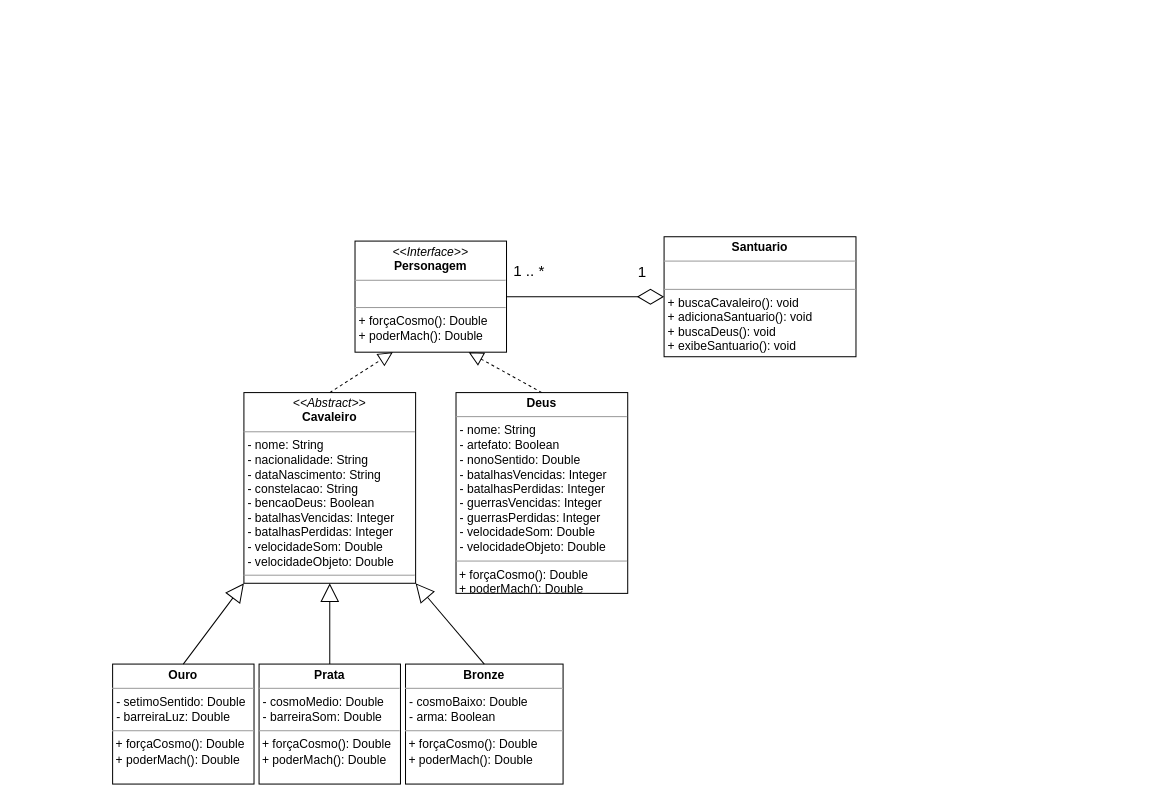
This is Diagrama/Diagrama AC1.drawio from carrera-gabriel/projeto-api-ac1, a draw.io file, before an edit. Source tidied: cells renumbered, new cells numbered last; positions are measured from the earlier drawing's top-left corner, leaving out a move shared by most shapes. Both pictures are drawn from the tidied source at 101%, with x=0, y=0 at pixel (112, 236).
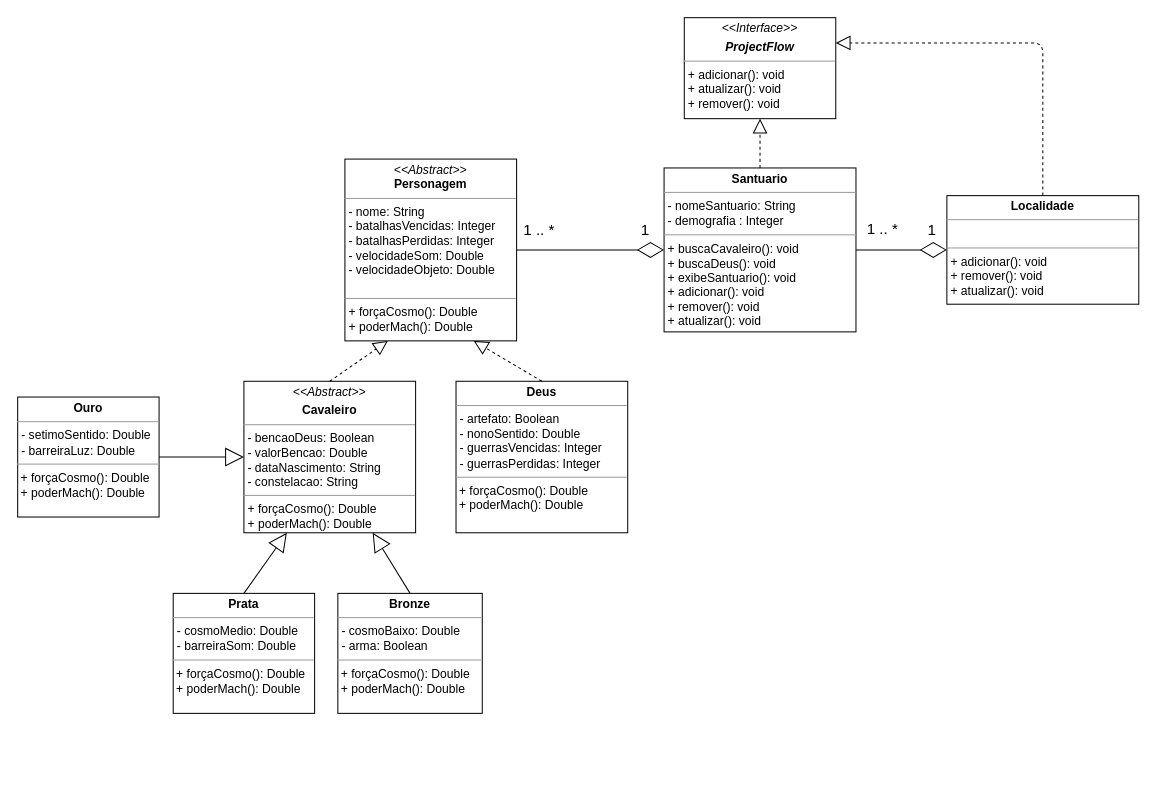
After the change.

The change refers to these unchanged cells:
```xml
<mxCell id="14" style="endArrow=diamondThin;endFill=0;endSize=24;html=1;entryX=0;entryY=0.5;entryDx=0;entryDy=0;exitX=1;exitY=0.5;exitDx=0;exitDy=0;" parent="1" edge="1" source="2" target="13">
  <mxGeometry relative="1" as="geometry" />
</mxCell>
```

The edit, as a diff of the source:
```diff
@@
-    <mxCell id="2" value="&lt;p style=&quot;margin: 0px ; margin-top: 4px ; text-align: center&quot;&gt;&lt;i&gt;&amp;lt;&amp;lt;Interface&amp;gt;&amp;gt;&lt;/i&gt;&lt;br&gt;&lt;b&gt;Personagem&lt;/b&gt;&lt;/p&gt;&lt;hr size=&quot;1&quot;&gt;&lt;p style=&quot;margin: 0px ; margin-left: 4px&quot;&gt;&lt;br&gt;&lt;/p&gt;&lt;hr size=&quot;1&quot;&gt;&lt;p style=&quot;margin: 0px ; margin-left: 4px&quot;&gt;+ forçaCosmo(): Double&lt;br&gt;+ poderMach(): Double&lt;/p&gt;" style="verticalAlign=top;align=left;overflow=fill;fontSize=12;fontFamily=Helvetica;html=1;" parent="1" vertex="1">
-      <mxGeometry x="240" y="4.2" width="150" height="110" as="geometry" />
+    <mxCell id="2" value="&lt;p style=&quot;margin: 0px ; margin-top: 4px ; text-align: center&quot;&gt;&lt;i&gt;&amp;lt;&amp;lt;Abstract&amp;gt;&amp;gt;&lt;/i&gt;&lt;br&gt;&lt;b&gt;Personagem&lt;/b&gt;&lt;/p&gt;&lt;hr size=&quot;1&quot;&gt;&lt;p style=&quot;margin: 0px ; margin-left: 4px&quot;&gt;- nome: String&lt;br&gt;&lt;/p&gt;&lt;p style=&quot;margin: 0px ; margin-left: 4px&quot;&gt;- batalhasVencidas: Integer&lt;br&gt;- batalhasPerdidas: Integer&lt;br&gt;&lt;/p&gt;&lt;p style=&quot;margin: 0px 0px 0px 4px&quot;&gt;- velocidadeSom: Double&lt;/p&gt;&lt;p style=&quot;margin: 0px 0px 0px 4px&quot;&gt;- velocidadeObjeto: Double&lt;/p&gt;&lt;br&gt;&lt;hr size=&quot;1&quot;&gt;&lt;p style=&quot;margin: 0px ; margin-left: 4px&quot;&gt;+ forçaCosmo(): Double&lt;br&gt;+ poderMach(): Double&lt;/p&gt;" style="verticalAlign=top;align=left;overflow=fill;fontSize=12;fontFamily=Helvetica;html=1;" parent="1" vertex="1">
+      <mxGeometry x="230" y="-77" width="170" height="180" as="geometry" />
     </mxCell>
-    <mxCell id="3" value="&lt;p style=&quot;margin: 0px ; margin-top: 4px ; text-align: center&quot;&gt;&lt;i&gt;&amp;lt;&amp;lt;Abstract&amp;gt;&amp;gt;&lt;/i&gt;&lt;br&gt;&lt;b&gt;Cavaleiro&lt;/b&gt;&lt;/p&gt;&lt;hr size=&quot;1&quot;&gt;&lt;p style=&quot;margin: 0px ; margin-left: 4px&quot;&gt;- nome: String&lt;br&gt;- nacionalidade: String&lt;/p&gt;&lt;p style=&quot;margin: 0px ; margin-left: 4px&quot;&gt;- dataNascimento: String&lt;/p&gt;&lt;p style=&quot;margin: 0px ; margin-left: 4px&quot;&gt;- constelacao: String&lt;/p&gt;&lt;p style=&quot;margin: 0px ; margin-left: 4px&quot;&gt;- bencaoDeus: Boolean&lt;/p&gt;&lt;p style=&quot;margin: 0px ; margin-left: 4px&quot;&gt;- batalhasVencidas: Integer&lt;br&gt;- batalhasPerdidas: Integer&lt;/p&gt;&lt;p style=&quot;margin: 0px 0px 0px 4px&quot;&gt;- velocidadeSom: Double&lt;/p&gt;&lt;p style=&quot;margin: 0px 0px 0px 4px&quot;&gt;- velocidadeObjeto: Double&lt;/p&gt;&lt;hr size=&quot;1&quot;&gt;&lt;p style=&quot;margin: 0px ; margin-left: 4px&quot;&gt;&lt;br&gt;&lt;/p&gt;" style="verticalAlign=top;align=left;overflow=fill;fontSize=12;fontFamily=Helvetica;html=1;" parent="1" vertex="1">
-      <mxGeometry x="130" y="154.2" width="170" height="188.8" as="geometry" />
+    <mxCell id="3" value="&lt;p style=&quot;margin: 0px ; margin-top: 4px ; text-align: center&quot;&gt;&lt;i&gt;&amp;lt;&amp;lt;Abstract&amp;gt;&amp;gt;&lt;/i&gt;&lt;b&gt;&lt;br&gt;&lt;/b&gt;&lt;/p&gt;&lt;p style=&quot;margin: 0px ; margin-top: 4px ; text-align: center&quot;&gt;&lt;b&gt;Cavaleiro&lt;/b&gt;&lt;/p&gt;&lt;hr size=&quot;1&quot;&gt;&lt;p style=&quot;margin: 0px ; margin-left: 4px&quot;&gt;- bencaoDeus: Boolean&lt;/p&gt;&lt;p style=&quot;margin: 0px ; margin-left: 4px&quot;&gt;- valorBencao: Double&lt;/p&gt;&lt;p style=&quot;margin: 0px 0px 0px 4px&quot;&gt;- dataNascimento: String&lt;/p&gt;&lt;p style=&quot;margin: 0px 0px 0px 4px&quot;&gt;- constelacao: String&lt;/p&gt;&lt;hr size=&quot;1&quot;&gt;&lt;p style=&quot;margin: 0px ; margin-left: 4px&quot;&gt;+ forçaCosmo(): Double&lt;br&gt;&lt;span&gt;+ poderMach(): Double&lt;/span&gt;&lt;/p&gt;" style="verticalAlign=top;align=left;overflow=fill;fontSize=12;fontFamily=Helvetica;html=1;" parent="1" vertex="1">
+      <mxGeometry x="130" y="143" width="170" height="150" as="geometry" />
     </mxCell>
-    <mxCell id="4" value="&lt;p style=&quot;margin: 0px ; margin-top: 4px ; text-align: center&quot;&gt;&lt;b&gt;Deus&lt;/b&gt;&lt;/p&gt;&lt;hr size=&quot;1&quot;&gt;&lt;p style=&quot;margin: 0px ; margin-left: 4px&quot;&gt;- nome: String&lt;br&gt;- artefato: Boolean&lt;/p&gt;&lt;p style=&quot;margin: 0px ; margin-left: 4px&quot;&gt;- nonoSentido: Double&lt;/p&gt;&lt;p style=&quot;margin: 0px ; margin-left: 4px&quot;&gt;- batalhasVencidas: Integer&lt;br&gt;- batalhasPerdidas: Integer&lt;br&gt;&lt;/p&gt;&lt;p style=&quot;margin: 0px ; margin-left: 4px&quot;&gt;- guerrasVencidas: Integer&lt;/p&gt;&lt;p style=&quot;margin: 0px ; margin-left: 4px&quot;&gt;- guerrasPerdidas: Integer&lt;/p&gt;&lt;p style=&quot;margin: 0px ; margin-left: 4px&quot;&gt;- velocidadeSom: Double&lt;/p&gt;&lt;p style=&quot;margin: 0px ; margin-left: 4px&quot;&gt;- velocidadeObjeto: Double&lt;/p&gt;&lt;hr size=&quot;1&quot;&gt;&amp;nbsp;+ forçaCosmo(): Double&lt;br&gt;&amp;nbsp;+ poderMach(): Double&lt;br&gt;" style="verticalAlign=top;align=left;overflow=fill;fontSize=12;fontFamily=Helvetica;html=1;" parent="1" vertex="1">
-      <mxGeometry x="340" y="154.2" width="170" height="198.8" as="geometry" />
+    <mxCell id="4" value="&lt;p style=&quot;margin: 0px ; margin-top: 4px ; text-align: center&quot;&gt;&lt;b&gt;Deus&lt;/b&gt;&lt;/p&gt;&lt;hr size=&quot;1&quot;&gt;&lt;p style=&quot;margin: 0px ; margin-left: 4px&quot;&gt;- artefato: Boolean&lt;/p&gt;&lt;p style=&quot;margin: 0px ; margin-left: 4px&quot;&gt;- nonoSentido: Double&lt;/p&gt;&lt;p style=&quot;margin: 0px ; margin-left: 4px&quot;&gt;- guerrasVencidas: Integer&lt;/p&gt;&lt;p style=&quot;margin: 0px ; margin-left: 4px&quot;&gt;- guerrasPerdidas: Integer&lt;/p&gt;&lt;hr size=&quot;1&quot;&gt;&amp;nbsp;+ forçaCosmo(): Double&lt;br&gt;&amp;nbsp;+ poderMach(): Double" style="verticalAlign=top;align=left;overflow=fill;fontSize=12;fontFamily=Helvetica;html=1;" parent="1" vertex="1">
+      <mxGeometry x="340" y="143" width="170" height="150" as="geometry" />
     </mxCell>
     <mxCell id="5" value="&lt;p style=&quot;margin: 0px ; margin-top: 4px ; text-align: center&quot;&gt;&lt;b&gt;Bronze&lt;/b&gt;&lt;/p&gt;&lt;hr size=&quot;1&quot;&gt;&lt;p style=&quot;margin: 0px ; margin-left: 4px&quot;&gt;- cosmoBaixo: Double&lt;/p&gt;&lt;p style=&quot;margin: 0px ; margin-left: 4px&quot;&gt;&lt;span&gt;- arma: Boolean&lt;/span&gt;&lt;/p&gt;&lt;hr size=&quot;1&quot;&gt;&amp;nbsp;+ forçaCosmo(): Double&lt;br&gt;&amp;nbsp;+ poderMach(): Double&lt;br&gt;&amp;nbsp;" style="verticalAlign=top;align=left;overflow=fill;fontSize=12;fontFamily=Helvetica;html=1;" parent="1" vertex="1">
-      <mxGeometry x="290" y="423" width="156" height="118.8" as="geometry" />
+      <mxGeometry x="223" y="353" width="143" height="118.8" as="geometry" />
     </mxCell>
     <mxCell id="6" value="&lt;p style=&quot;margin: 0px ; margin-top: 4px ; text-align: center&quot;&gt;&lt;b&gt;Prata&lt;/b&gt;&lt;/p&gt;&lt;hr size=&quot;1&quot;&gt;&lt;p style=&quot;margin: 0px ; margin-left: 4px&quot;&gt;- cosmoMedio: Double&lt;br&gt;- barreiraSom: Double&lt;/p&gt;&lt;hr size=&quot;1&quot;&gt;&amp;nbsp;+ forçaCosmo(): Double&lt;br&gt;&amp;nbsp;+ poderMach(): Double&lt;br&gt;&amp;nbsp;" style="verticalAlign=top;align=left;overflow=fill;fontSize=12;fontFamily=Helvetica;html=1;" parent="1" vertex="1">
-      <mxGeometry x="145" y="423" width="140" height="118.8" as="geometry" />
+      <mxGeometry x="60" y="353" width="140" height="118.8" as="geometry" />
     </mxCell>
     <mxCell id="7" value="&lt;p style=&quot;margin: 0px ; margin-top: 4px ; text-align: center&quot;&gt;&lt;b&gt;Ouro&lt;/b&gt;&lt;/p&gt;&lt;hr size=&quot;1&quot;&gt;&lt;p style=&quot;margin: 0px ; margin-left: 4px&quot;&gt;- setimoSentido: Double&lt;/p&gt;&lt;p style=&quot;margin: 0px ; margin-left: 4px&quot;&gt;- barreiraLuz: Double&lt;/p&gt;&lt;hr size=&quot;1&quot;&gt;&amp;nbsp;+ forçaCosmo(): Double&lt;br&gt;&amp;nbsp;+ poderMach(): Double&lt;br&gt;" style="verticalAlign=top;align=left;overflow=fill;fontSize=12;fontFamily=Helvetica;html=1;" parent="1" vertex="1">
-      <mxGeometry y="423" width="140" height="118.8" as="geometry" />
+      <mxGeometry x="-94" y="158.6" width="140" height="118.8" as="geometry" />
     </mxCell>
@@
-    <mxCell id="10" style="endArrow=block;endSize=16;endFill=0;html=1;entryX=0;entryY=1;entryDx=0;entryDy=0;exitX=0.5;exitY=0;exitDx=0;exitDy=0;" parent="1" edge="1" source="7" target="3">
+    <mxCell id="10" style="endArrow=block;endSize=16;endFill=0;html=1;entryX=0;entryY=0.5;entryDx=0;entryDy=0;exitX=1;exitY=0.5;exitDx=0;exitDy=0;" parent="1" edge="1" source="7" target="3">
       <mxGeometry relative="1" as="geometry" />
     </mxCell>
-    <mxCell id="11" style="endArrow=block;endSize=16;endFill=0;html=1;entryX=0.5;entryY=1;entryDx=0;entryDy=0;exitX=0.5;exitY=0;exitDx=0;exitDy=0;" parent="1" edge="1" source="6" target="3">
+    <mxCell id="11" style="endArrow=block;endSize=16;endFill=0;html=1;entryX=0.25;entryY=1;entryDx=0;entryDy=0;exitX=0.5;exitY=0;exitDx=0;exitDy=0;" parent="1" edge="1" source="6" target="3">
       <mxGeometry relative="1" as="geometry" />
     </mxCell>
-    <mxCell id="12" style="endArrow=block;endSize=16;endFill=0;html=1;entryX=1;entryY=1;entryDx=0;entryDy=0;exitX=0.5;exitY=0;exitDx=0;exitDy=0;" parent="1" edge="1" source="5" target="3">
+    <mxCell id="12" style="endArrow=block;endSize=16;endFill=0;html=1;entryX=0.75;entryY=1;entryDx=0;entryDy=0;exitX=0.5;exitY=0;exitDx=0;exitDy=0;" parent="1" edge="1" source="5" target="3">
       <mxGeometry relative="1" as="geometry" />
     </mxCell>
-    <mxCell id="13" value="&lt;p style=&quot;margin: 0px ; margin-top: 4px ; text-align: center&quot;&gt;&lt;b&gt;Santuario&lt;/b&gt;&lt;/p&gt;&lt;hr size=&quot;1&quot;&gt;&lt;p style=&quot;margin: 0px ; margin-left: 4px&quot;&gt;&lt;br&gt;&lt;/p&gt;&lt;hr size=&quot;1&quot;&gt;&lt;p style=&quot;margin: 0px ; margin-left: 4px&quot;&gt;+ buscaCavaleiro(): void&lt;br&gt;&lt;/p&gt;&lt;p style=&quot;margin: 0px ; margin-left: 4px&quot;&gt;+ adicionaSantuario(): void&lt;/p&gt;&lt;p style=&quot;margin: 0px ; margin-left: 4px&quot;&gt;+ buscaDeus(): void&lt;/p&gt;&lt;p style=&quot;margin: 0px ; margin-left: 4px&quot;&gt;+ exibeSantuario(): void&lt;/p&gt;" style="verticalAlign=top;align=left;overflow=fill;fontSize=12;fontFamily=Helvetica;html=1;" parent="1" vertex="1">
-      <mxGeometry x="546" y="-0.1" width="190" height="118.8" as="geometry" />
+    <mxCell id="13" value="&lt;p style=&quot;margin: 0px ; margin-top: 4px ; text-align: center&quot;&gt;&lt;b&gt;Santuario&lt;/b&gt;&lt;/p&gt;&lt;hr size=&quot;1&quot;&gt;&lt;p style=&quot;margin: 0px ; margin-left: 4px&quot;&gt;- nomeSantuario: String&lt;/p&gt;&lt;p style=&quot;margin: 0px ; margin-left: 4px&quot;&gt;- demografia : Integer&lt;/p&gt;&lt;hr size=&quot;1&quot;&gt;&lt;p style=&quot;margin: 0px ; margin-left: 4px&quot;&gt;+ buscaCavaleiro(): void&lt;br&gt;&lt;/p&gt;&lt;p style=&quot;margin: 0px 0px 0px 4px&quot;&gt;+ buscaDeus(): void&lt;/p&gt;&lt;p style=&quot;margin: 0px ; margin-left: 4px&quot;&gt;&lt;span&gt;+ exibeSantuario(): void&lt;/span&gt;&lt;br&gt;&lt;/p&gt;&lt;p style=&quot;margin: 0px 0px 0px 4px&quot;&gt;+ adicionar(): void&lt;br&gt;+ remover(): void&lt;/p&gt;&lt;p style=&quot;margin: 0px 0px 0px 4px&quot;&gt;+ atualizar(): void&lt;/p&gt;" style="verticalAlign=top;align=left;overflow=fill;fontSize=12;fontFamily=Helvetica;html=1;" parent="1" vertex="1">
+      <mxGeometry x="546" y="-68.2" width="190" height="162.3" as="geometry" />
     </mxCell>
@@
     <mxCell id="15" value="&lt;font style=&quot;font-size: 15px&quot;&gt;1&lt;/font&gt;" style="edgeLabel;html=1;align=center;verticalAlign=middle;" parent="14" vertex="1">
       <mxGeometry x="0.72" y="-1" relative="1" as="geometry">
-        <mxPoint y="-27.2" as="offset" />
+        <mxPoint y="-21" as="offset" />
       </mxGeometry>
     </mxCell>
     <mxCell id="16" value="&lt;font style=&quot;font-size: 15px&quot;&gt;1 .. *&lt;/font&gt;" style="edgeLabel;html=1;align=center;verticalAlign=middle;" parent="1" vertex="1">
-      <mxGeometry x="476" y="33" as="geometry">
+      <mxGeometry x="486" y="-7" as="geometry">
         <mxPoint x="-65" y="-1" as="offset" />
       </mxGeometry>
     </mxCell>
+    <mxCell id="17" value="&lt;p style=&quot;margin: 0px ; margin-top: 4px ; text-align: center&quot;&gt;&lt;i&gt;&amp;lt;&amp;lt;Interface&amp;gt;&amp;gt;&lt;/i&gt;&lt;/p&gt;&lt;p style=&quot;margin: 0px ; margin-top: 4px ; text-align: center&quot;&gt;&lt;i&gt;&lt;b&gt;ProjectFlow&lt;/b&gt;&lt;/i&gt;&lt;/p&gt;&lt;hr size=&quot;1&quot;&gt;&lt;p style=&quot;margin: 0px ; margin-left: 4px&quot;&gt;+ adicionar(): void&lt;/p&gt;&lt;p style=&quot;margin: 0px ; margin-left: 4px&quot;&gt;+ atualizar(): void&lt;br&gt;+ remover(): void&lt;/p&gt;" style="verticalAlign=top;align=left;overflow=fill;fontSize=12;fontFamily=Helvetica;html=1;" parent="1" vertex="1">
+      <mxGeometry x="566" y="-217" width="150" height="100" as="geometry" />
+    </mxCell>
+    <mxCell id="18" style="endArrow=block;dashed=1;endFill=0;endSize=12;html=1;entryX=0.5;entryY=1;entryDx=0;entryDy=0;exitX=0.5;exitY=0;exitDx=0;exitDy=0;" parent="1" edge="1" source="13" target="17">
+      <mxGeometry relative="1" as="geometry" />
+    </mxCell>
+    <mxCell id="19" value="&lt;p style=&quot;margin: 0px ; margin-top: 4px ; text-align: center&quot;&gt;&lt;b&gt;Localidade&lt;/b&gt;&lt;/p&gt;&lt;hr size=&quot;1&quot;&gt;&lt;p style=&quot;margin: 0px ; margin-left: 4px&quot;&gt;&lt;br&gt;&lt;/p&gt;&lt;hr size=&quot;1&quot;&gt;&lt;p style=&quot;margin: 0px 0px 0px 4px&quot;&gt;+ adicionar(): void&lt;br&gt;+ remover(): void&lt;/p&gt;&lt;p style=&quot;margin: 0px 0px 0px 4px&quot;&gt;+ atualizar(): void&lt;/p&gt;" style="verticalAlign=top;align=left;overflow=fill;fontSize=12;fontFamily=Helvetica;html=1;" parent="1" vertex="1">
+      <mxGeometry x="826" y="-40.8" width="190" height="107.5" as="geometry" />
+    </mxCell>
+    <mxCell id="20" style="endArrow=diamondThin;endFill=0;endSize=24;html=1;entryX=0;entryY=0.5;entryDx=0;entryDy=0;exitX=1;exitY=0.5;exitDx=0;exitDy=0;" parent="1" edge="1" source="13" target="19">
+      <mxGeometry relative="1" as="geometry" />
+    </mxCell>
+    <mxCell id="21" style="endArrow=block;dashed=1;endFill=0;endSize=12;html=1;exitX=0.5;exitY=0;exitDx=0;exitDy=0;entryX=1;entryY=0.25;entryDx=0;entryDy=0;" parent="1" edge="1" source="19" target="17">
+      <mxGeometry relative="1" as="geometry">
+        <Array as="points">
+          <mxPoint x="921" y="-192" />
+        </Array>
+      </mxGeometry>
+    </mxCell>
+    <mxCell id="22" value="&lt;font style=&quot;font-size: 15px&quot;&gt;1&lt;/font&gt;" style="edgeLabel;html=1;align=center;verticalAlign=middle;" parent="1" vertex="1">
+      <mxGeometry x="527" y="8" as="geometry">
+        <mxPoint x="283" y="-16" as="offset" />
+      </mxGeometry>
+    </mxCell>
+    <mxCell id="23" value="&lt;font style=&quot;font-size: 15px&quot;&gt;1 .. *&lt;/font&gt;" style="edgeLabel;html=1;align=center;verticalAlign=middle;" parent="1" vertex="1">
+      <mxGeometry x="826" y="-8" as="geometry">
+        <mxPoint x="-65" y="-1" as="offset" />
+      </mxGeometry>
+    </mxCell>
```
